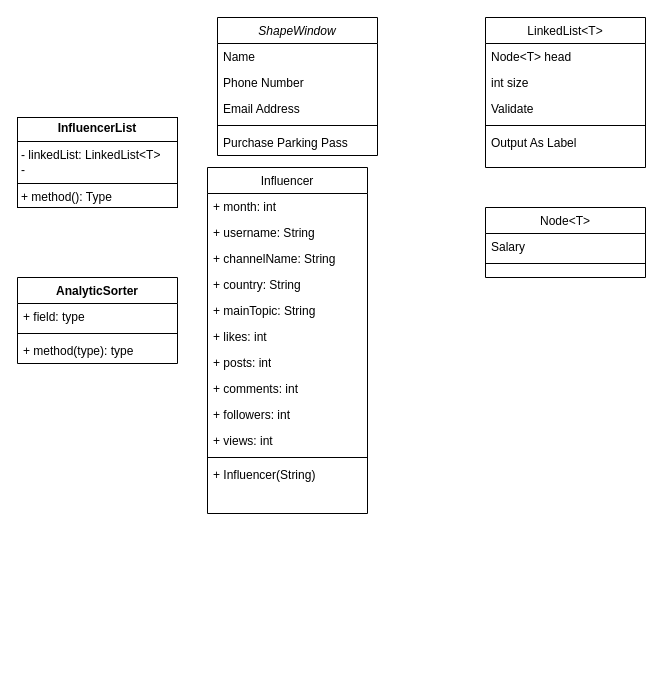
Earlier version of the draw.io diagram Project5_UML.drawio (joshuap00/Prj5_UML). Source tidied: cells renumbered, new cells numbered last; positions are measured from the earlier drawing's top-left corner, leaving out a move shared by most shapes. Both pictures are drawn from the tidied source at 100%, with x=0, y=0 at pixel (17, 17).
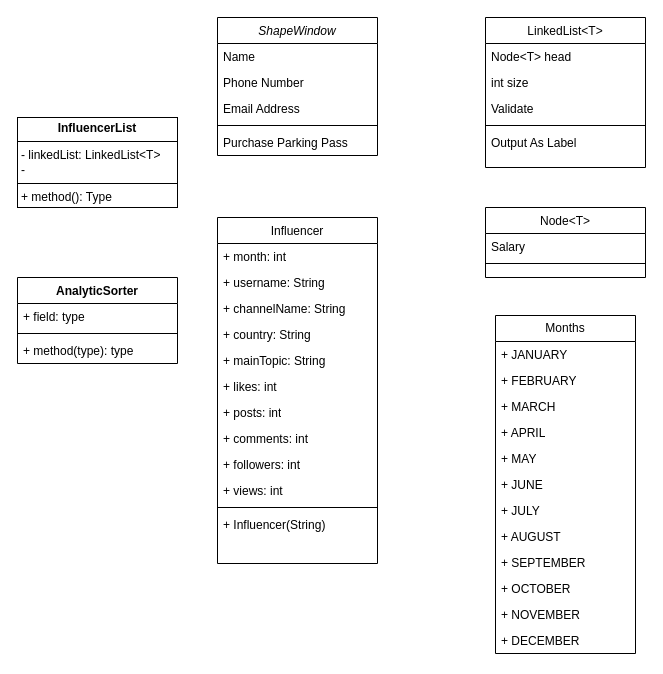
The same page after the edit.

Diff of the diagram source:
```diff
@@
     <mxCell id="8" value="Influencer" style="swimlane;fontStyle=0;align=center;verticalAlign=top;horizontal=1;startSize=26;rounded=0;shadow=0;strokeWidth=1;" parent="1" vertex="1">
-      <mxGeometry x="190" y="150" width="160" height="346" as="geometry" />
+      <mxGeometry x="200" y="200" width="160" height="346" as="geometry" />
     </mxCell>
@@
+    <mxCell id="35" value="Months" style="swimlane;fontStyle=0;horizontal=1;startSize=26;fillColor=none;whiteSpace=wrap;html=1;" parent="1" vertex="1">
+      <mxGeometry x="478" y="298" width="140" height="338" as="geometry" />
+    </mxCell>
+    <mxCell id="36" value="+ JANUARY" style="text;strokeColor=none;fillColor=none;align=left;verticalAlign=top;spacingLeft=4;spacingRight=4;overflow=hidden;whiteSpace=wrap;html=1;" parent="35" vertex="1">
+      <mxGeometry y="26" width="140" height="26" as="geometry" />
+    </mxCell>
+    <mxCell id="37" value="+ FEBRUARY" style="text;strokeColor=none;fillColor=none;align=left;verticalAlign=top;spacingLeft=4;spacingRight=4;overflow=hidden;whiteSpace=wrap;html=1;" parent="35" vertex="1">
+      <mxGeometry y="52" width="140" height="26" as="geometry" />
+    </mxCell>
+    <mxCell id="38" value="+ MARCH" style="text;strokeColor=none;fillColor=none;align=left;verticalAlign=top;spacingLeft=4;spacingRight=4;overflow=hidden;whiteSpace=wrap;html=1;" parent="35" vertex="1">
+      <mxGeometry y="78" width="140" height="26" as="geometry" />
+    </mxCell>
+    <mxCell id="39" value="+ APRIL" style="text;strokeColor=none;fillColor=none;align=left;verticalAlign=top;spacingLeft=4;spacingRight=4;overflow=hidden;whiteSpace=wrap;html=1;" parent="35" vertex="1">
+      <mxGeometry y="104" width="140" height="26" as="geometry" />
+    </mxCell>
+    <mxCell id="40" value="+ MAY" style="text;strokeColor=none;fillColor=none;align=left;verticalAlign=top;spacingLeft=4;spacingRight=4;overflow=hidden;whiteSpace=wrap;html=1;" parent="35" vertex="1">
+      <mxGeometry y="130" width="140" height="26" as="geometry" />
+    </mxCell>
+    <mxCell id="41" value="+ JUNE" style="text;strokeColor=none;fillColor=none;align=left;verticalAlign=top;spacingLeft=4;spacingRight=4;overflow=hidden;whiteSpace=wrap;html=1;" parent="35" vertex="1">
+      <mxGeometry y="156" width="140" height="26" as="geometry" />
+    </mxCell>
+    <mxCell id="42" value="+ JULY" style="text;strokeColor=none;fillColor=none;align=left;verticalAlign=top;spacingLeft=4;spacingRight=4;overflow=hidden;whiteSpace=wrap;html=1;" parent="35" vertex="1">
+      <mxGeometry y="182" width="140" height="26" as="geometry" />
+    </mxCell>
+    <mxCell id="43" value="+ AUGUST" style="text;strokeColor=none;fillColor=none;align=left;verticalAlign=top;spacingLeft=4;spacingRight=4;overflow=hidden;whiteSpace=wrap;html=1;" parent="35" vertex="1">
+      <mxGeometry y="208" width="140" height="26" as="geometry" />
+    </mxCell>
+    <mxCell id="44" value="+ SEPTEMBER" style="text;strokeColor=none;fillColor=none;align=left;verticalAlign=top;spacingLeft=4;spacingRight=4;overflow=hidden;whiteSpace=wrap;html=1;" parent="35" vertex="1">
+      <mxGeometry y="234" width="140" height="26" as="geometry" />
+    </mxCell>
+    <mxCell id="45" value="+ OCTOBER" style="text;strokeColor=none;fillColor=none;align=left;verticalAlign=top;spacingLeft=4;spacingRight=4;overflow=hidden;whiteSpace=wrap;html=1;" parent="35" vertex="1">
+      <mxGeometry y="260" width="140" height="26" as="geometry" />
+    </mxCell>
+    <mxCell id="46" value="+ NOVEMBER" style="text;strokeColor=none;fillColor=none;align=left;verticalAlign=top;spacingLeft=4;spacingRight=4;overflow=hidden;whiteSpace=wrap;html=1;" parent="35" vertex="1">
+      <mxGeometry y="286" width="140" height="26" as="geometry" />
+    </mxCell>
+    <mxCell id="47" value="+ DECEMBER" style="text;strokeColor=none;fillColor=none;align=left;verticalAlign=top;spacingLeft=4;spacingRight=4;overflow=hidden;whiteSpace=wrap;html=1;" parent="35" vertex="1">
+      <mxGeometry y="312" width="140" height="26" as="geometry" />
+    </mxCell>
```
